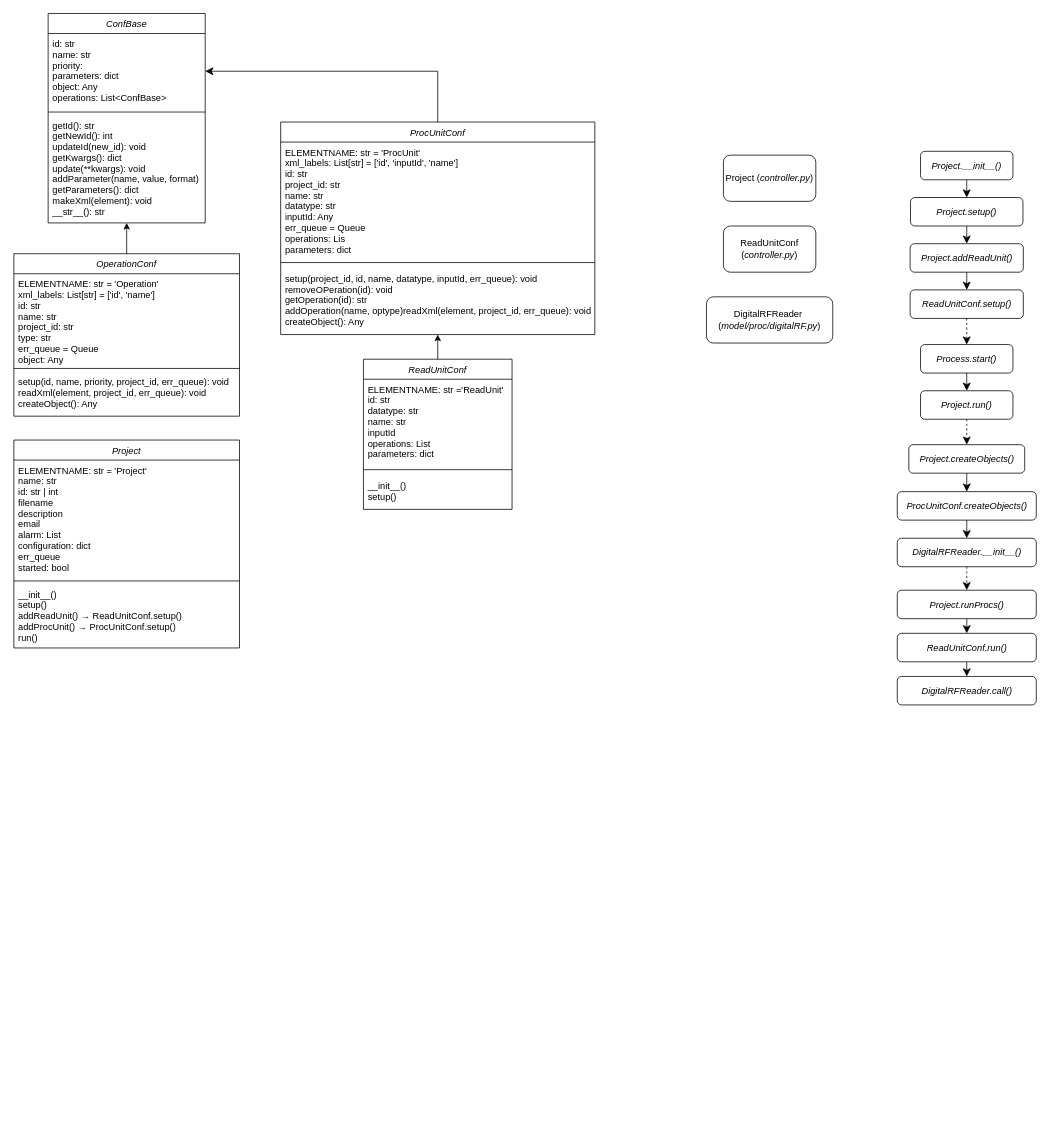
Earlier version of the draw.io diagram controller.drawio (DavidEvangelistaC99/schain-neo). Source tidied: cells renumbered, new cells numbered last; positions are measured from the earlier drawing's top-left corner, leaving out a move shared by most shapes. Both pictures are drawn from the tidied source at 77%, with x=0, y=0 at pixel (13, 13).
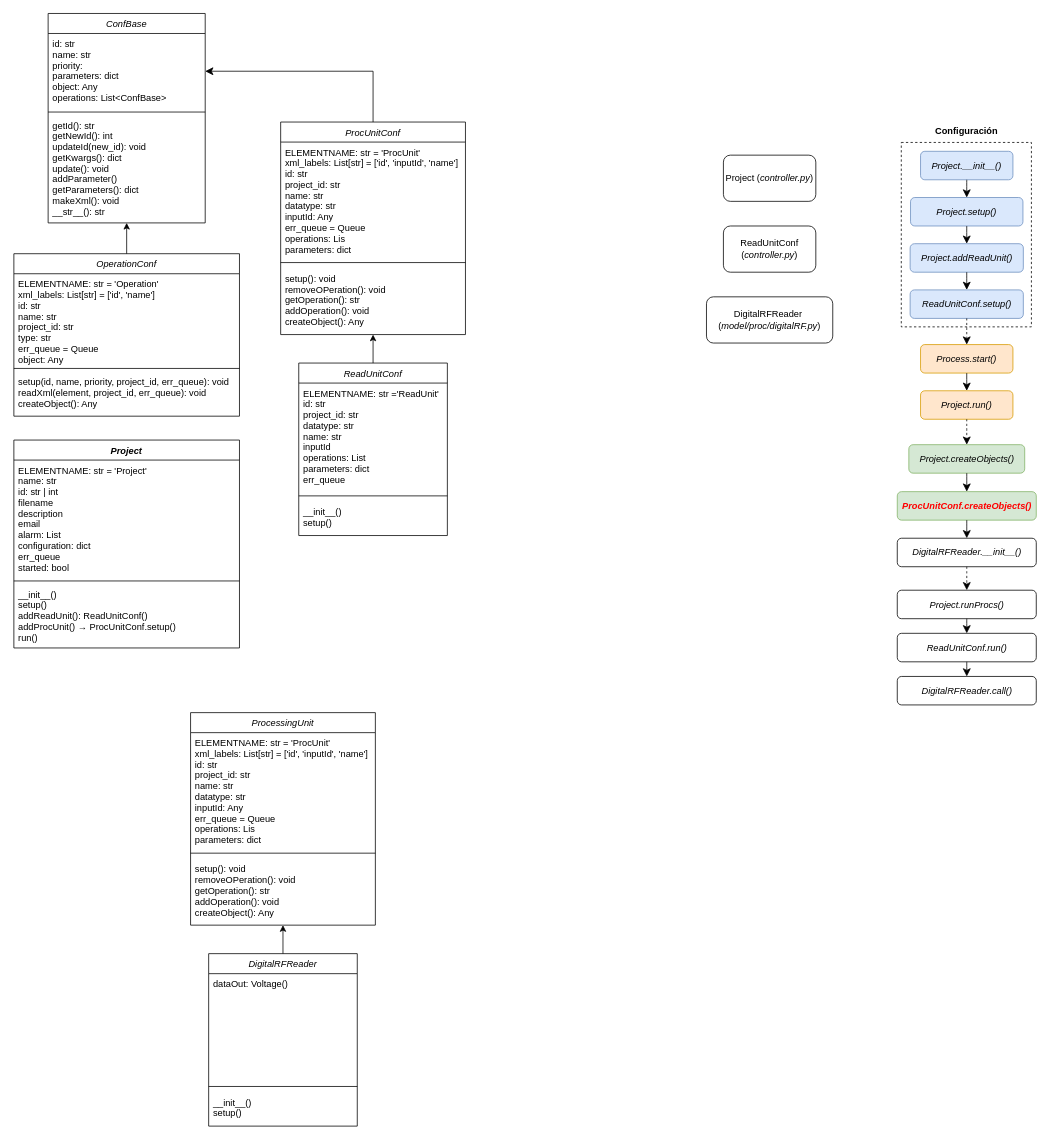
Above is the later version.

The change refers to these unchanged cells:
```xml
<mxCell id="2" value="ConfBase" style="swimlane;fontStyle=2;align=center;verticalAlign=top;horizontal=1;startSize=26;rounded=0;shadow=0;strokeWidth=1;" parent="1" vertex="1">
  <mxGeometry x="45" width="204" height="272" as="geometry" />
</mxCell>
```

What changed in the source:
```diff
@@
-    <mxCell id="5" value="getId(): str&#10;getNewId(): int&#10;updateId(new_id): void&#10;getKwargs(): dict&#10;update(**kwargs): void&#10;addParameter(name, value, format)&#10;getParameters(): dict&#10;makeXml(element): void&#10;__str__(): str" style="text;align=left;verticalAlign=top;spacingLeft=4;spacingRight=4;overflow=hidden;" parent="2" vertex="1">
+    <mxCell id="5" value="getId(): str&#10;getNewId(): int&#10;updateId(new_id): void&#10;getKwargs(): dict&#10;update(): void&#10;addParameter()&#10;getParameters(): dict&#10;makeXml(): void&#10;__str__(): str" style="text;align=left;verticalAlign=top;spacingLeft=4;spacingRight=4;overflow=hidden;" parent="2" vertex="1">
       <mxGeometry y="132" width="204" height="140" as="geometry" />
     </mxCell>
@@
     <mxCell id="11" value="ProcUnitConf" style="swimlane;fontStyle=2;align=center;verticalAlign=top;horizontal=1;startSize=26;rounded=0;shadow=0;strokeWidth=1;" parent="1" vertex="1">
-      <mxGeometry x="347" y="141" width="408" height="276" as="geometry" />
+      <mxGeometry x="347" y="141" width="240" height="276" as="geometry" />
     </mxCell>
-    <mxCell id="12" value="ELEMENTNAME: str = 'ProcUnit'&#10;xml_labels: List[str] = ['id', 'inputId', 'name']&#10;id: str&#10;project_id: str&#10;name: str&#10;datatype: str&#10;inputId: Any&#10;err_queue = Queue&#10;operations: Lis&#10;parameters: dict" style="text;align=left;verticalAlign=top;spacingLeft=4;spacingRight=4;overflow=hidden;rounded=0;shadow=0;html=0;" parent="11" vertex="1">
-      <mxGeometry y="26" width="408" height="149" as="geometry" />
+    <mxCell id="12" value="ELEMENTNAME: str = 'ProcUnit' &#10;xml_labels: List[str] = ['id', 'inputId', 'name']&#10;id: str&#10;project_id: str&#10;name: str&#10;datatype: str&#10;inputId: Any&#10;err_queue = Queue&#10;operations: Lis&#10;parameters: dict" style="text;align=left;verticalAlign=top;spacingLeft=4;spacingRight=4;overflow=hidden;rounded=0;shadow=0;html=0;" parent="11" vertex="1">
+      <mxGeometry y="26" width="240" height="149" as="geometry" />
     </mxCell>
     <mxCell id="13" style="line;html=1;strokeWidth=1;align=left;verticalAlign=middle;spacingTop=-1;spacingLeft=3;spacingRight=3;labelPosition=right;" parent="11" vertex="1">
-      <mxGeometry y="175" width="408" height="15" as="geometry" />
+      <mxGeometry y="175" width="240" height="15" as="geometry" />
     </mxCell>
-    <mxCell id="14" value="setup(project_id, id, name, datatype, inputId, err_queue): void&#10;removeOPeration(id): void&#10;getOperation(id): str&#10;addOperation(name, optype)readXml(element, project_id, err_queue): void&#10;createObject(): Any" style="text;align=left;verticalAlign=top;spacingLeft=4;spacingRight=4;overflow=hidden;" parent="11" vertex="1">
-      <mxGeometry y="190" width="408" height="84" as="geometry" />
+    <mxCell id="14" value="setup(): void&#10;removeOPeration(): void&#10;getOperation(): str&#10;addOperation(): void&#10;createObject(): Any" style="text;align=left;verticalAlign=top;spacingLeft=4;spacingRight=4;overflow=hidden;" parent="11" vertex="1">
+      <mxGeometry y="190" width="240" height="84" as="geometry" />
     </mxCell>
-    <mxCell id="15" value="Project" style="swimlane;fontStyle=2;align=center;verticalAlign=top;horizontal=1;startSize=26;rounded=0;shadow=0;strokeWidth=1;" parent="1" vertex="1">
+    <mxCell id="15" value="Project" style="swimlane;fontStyle=3;align=center;verticalAlign=top;horizontal=1;startSize=26;rounded=0;shadow=0;strokeWidth=1;" parent="1" vertex="1">
       <mxGeometry x="0.5" y="554" width="293" height="270" as="geometry" />
     </mxCell>
@@
-    <mxCell id="18" value="__init__()&#10;setup()&#10;addReadUnit() → ReadUnitConf.setup()&#10;addProcUnit() → ProcUnitConf.setup()&#10;run()&#10;" style="text;align=left;verticalAlign=top;spacingLeft=4;spacingRight=4;overflow=hidden;" parent="15" vertex="1">
+    <mxCell id="18" value="__init__()&#10;setup()&#10;addReadUnit(): ReadUnitConf()&#10;addProcUnit() → ProcUnitConf.setup()&#10;run()&#10;" style="text;align=left;verticalAlign=top;spacingLeft=4;spacingRight=4;overflow=hidden;fontStyle=0;" parent="15" vertex="1">
       <mxGeometry y="187" width="293" height="83" as="geometry" />
     </mxCell>
     <mxCell id="19" value="ReadUnitConf" style="swimlane;fontStyle=2;align=center;verticalAlign=top;horizontal=1;startSize=26;rounded=0;shadow=0;strokeWidth=1;" parent="1" vertex="1">
-      <mxGeometry x="454.5" y="449" width="193" height="195" as="geometry" />
+      <mxGeometry x="370.5" y="454" width="193" height="224" as="geometry" />
     </mxCell>
-    <mxCell id="20" value="ELEMENTNAME: str ='ReadUnit'&#10;id: str&#10;datatype: str&#10;name: str&#10;inputId&#10;operations: List&#10;parameters: dict" style="text;align=left;verticalAlign=top;spacingLeft=4;spacingRight=4;overflow=hidden;rounded=0;shadow=0;html=0;" parent="19" vertex="1">
-      <mxGeometry y="26" width="193" height="110" as="geometry" />
+    <mxCell id="20" value="ELEMENTNAME: str ='ReadUnit'&#10;id: str&#10;project_id: str&#10;datatype: str&#10;name: str&#10;inputId&#10;operations: List&#10;parameters: dict&#10;err_queue" style="text;align=left;verticalAlign=top;spacingLeft=4;spacingRight=4;overflow=hidden;rounded=0;shadow=0;html=0;" parent="19" vertex="1">
+      <mxGeometry y="26" width="193" height="139" as="geometry" />
     </mxCell>
     <mxCell id="21" style="line;html=1;strokeWidth=1;align=left;verticalAlign=middle;spacingTop=-1;spacingLeft=3;spacingRight=3;labelPosition=right;" parent="19" vertex="1">
-      <mxGeometry y="136" width="193" height="15" as="geometry" />
+      <mxGeometry y="165" width="193" height="15" as="geometry" />
     </mxCell>
     <mxCell id="22" value="__init__()&#10;setup()" style="text;align=left;verticalAlign=top;spacingLeft=4;spacingRight=4;overflow=hidden;" parent="19" vertex="1">
-      <mxGeometry y="151" width="193" height="44" as="geometry" />
+      <mxGeometry y="180" width="193" height="44" as="geometry" />
     </mxCell>
@@
-    <mxCell id="28" value="&lt;i&gt;Project.__init__()&lt;/i&gt;" style="rounded=1;whiteSpace=wrap;html=1;" parent="1" vertex="1">
+    <mxCell id="28" value="&lt;i&gt;Project.__init__()&lt;/i&gt;" style="rounded=1;whiteSpace=wrap;html=1;fillColor=#dae8fc;strokeColor=#6c8ebf;" parent="1" vertex="1">
       <mxGeometry x="1178" y="179" width="120" height="37" as="geometry" />
     </mxCell>
-    <mxCell id="29" value="&lt;i&gt;Project.setup()&lt;/i&gt;" style="rounded=1;whiteSpace=wrap;html=1;" parent="1" vertex="1">
+    <mxCell id="29" value="&lt;i&gt;Project.setup()&lt;/i&gt;" style="rounded=1;whiteSpace=wrap;html=1;fillColor=#dae8fc;strokeColor=#6c8ebf;" parent="1" vertex="1">
       <mxGeometry x="1165" y="239" width="146" height="37" as="geometry" />
     </mxCell>
-    <mxCell id="30" value="&lt;i&gt;Project.addReadUnit()&lt;/i&gt;" style="rounded=1;whiteSpace=wrap;html=1;" parent="1" vertex="1">
+    <mxCell id="30" value="&lt;i&gt;Project.addReadUnit()&lt;/i&gt;" style="rounded=1;whiteSpace=wrap;html=1;fillColor=#dae8fc;strokeColor=#6c8ebf;" parent="1" vertex="1">
       <mxGeometry x="1164.5" y="299" width="147" height="37" as="geometry" />
     </mxCell>
-    <mxCell id="31" value="&lt;i&gt;ReadUnitConf.setup()&lt;/i&gt;" style="rounded=1;whiteSpace=wrap;html=1;" parent="1" vertex="1">
+    <mxCell id="31" value="&lt;i&gt;ReadUnitConf.setup()&lt;/i&gt;" style="rounded=1;whiteSpace=wrap;html=1;fillColor=#dae8fc;strokeColor=#6c8ebf;" parent="1" vertex="1">
       <mxGeometry x="1164.5" y="359" width="147" height="37" as="geometry" />
     </mxCell>
-    <mxCell id="32" value="&lt;i&gt;Process.start()&lt;/i&gt;" style="rounded=1;whiteSpace=wrap;html=1;" parent="1" vertex="1">
+    <mxCell id="32" value="&lt;i&gt;Process.start()&lt;/i&gt;" style="rounded=1;whiteSpace=wrap;html=1;fillColor=#ffe6cc;strokeColor=#d79b00;" parent="1" vertex="1">
       <mxGeometry x="1178" y="430" width="120" height="37" as="geometry" />
     </mxCell>
-    <mxCell id="33" value="&lt;i&gt;Project.run()&lt;/i&gt;" style="rounded=1;whiteSpace=wrap;html=1;" parent="1" vertex="1">
+    <mxCell id="33" value="&lt;i&gt;Project.run()&lt;/i&gt;" style="rounded=1;whiteSpace=wrap;html=1;fillColor=#ffe6cc;strokeColor=#d79b00;" parent="1" vertex="1">
       <mxGeometry x="1178" y="490" width="120" height="37" as="geometry" />
     </mxCell>
-    <mxCell id="34" value="&lt;i&gt;Project.createObjects()&lt;/i&gt;" style="rounded=1;whiteSpace=wrap;html=1;" parent="1" vertex="1">
+    <mxCell id="34" value="&lt;i&gt;Project.createObjects()&lt;/i&gt;" style="rounded=1;whiteSpace=wrap;html=1;fillColor=#d5e8d4;strokeColor=#82b366;" parent="1" vertex="1">
       <mxGeometry x="1162.8" y="560" width="150.5" height="37" as="geometry" />
     </mxCell>
-    <mxCell id="35" value="&lt;i&gt;ProcUnitConf.createObjects()&lt;/i&gt;" style="rounded=1;whiteSpace=wrap;html=1;" parent="1" vertex="1">
+    <mxCell id="35" value="&lt;b style=&quot;color: rgb(255, 0, 0);&quot;&gt;&lt;i&gt;ProcUnitConf.createObjects()&lt;/i&gt;&lt;/b&gt;" style="rounded=1;whiteSpace=wrap;html=1;fillColor=#d5e8d4;strokeColor=#82b366;" parent="1" vertex="1">
       <mxGeometry x="1147.8" y="621" width="180.5" height="37" as="geometry" />
     </mxCell>
@@
+    <mxCell id="51" style="rounded=0;whiteSpace=wrap;html=1;fillColor=none;dashed=1;" parent="1" vertex="1">
+      <mxGeometry x="1153" y="167.5" width="169" height="239.5" as="geometry" />
+    </mxCell>
+    <mxCell id="52" value="&lt;b&gt;Configuración&lt;/b&gt;" style="text;html=1;whiteSpace=wrap;strokeColor=none;fillColor=none;align=center;verticalAlign=middle;rounded=0;" parent="1" vertex="1">
+      <mxGeometry x="1185" y="137.5" width="106" height="30" as="geometry" />
+    </mxCell>
+    <mxCell id="53" value="ProcessingUnit" style="swimlane;fontStyle=2;align=center;verticalAlign=top;horizontal=1;startSize=26;rounded=0;shadow=0;strokeWidth=1;" parent="1" vertex="1">
+      <mxGeometry x="230" y="908" width="240" height="276" as="geometry" />
+    </mxCell>
+    <mxCell id="54" value="ELEMENTNAME: str = 'ProcUnit'&#10;xml_labels: List[str] = ['id', 'inputId', 'name']&#10;id: str&#10;project_id: str&#10;name: str&#10;datatype: str&#10;inputId: Any&#10;err_queue = Queue&#10;operations: Lis&#10;parameters: dict" style="text;align=left;verticalAlign=top;spacingLeft=4;spacingRight=4;overflow=hidden;rounded=0;shadow=0;html=0;" parent="53" vertex="1">
+      <mxGeometry y="26" width="240" height="149" as="geometry" />
+    </mxCell>
+    <mxCell id="55" style="line;html=1;strokeWidth=1;align=left;verticalAlign=middle;spacingTop=-1;spacingLeft=3;spacingRight=3;labelPosition=right;" parent="53" vertex="1">
+      <mxGeometry y="175" width="240" height="15" as="geometry" />
+    </mxCell>
+    <mxCell id="56" value="setup(): void&#10;removeOPeration(): void&#10;getOperation(): str&#10;addOperation(): void&#10;createObject(): Any" style="text;align=left;verticalAlign=top;spacingLeft=4;spacingRight=4;overflow=hidden;" parent="53" vertex="1">
+      <mxGeometry y="190" width="240" height="84" as="geometry" />
+    </mxCell>
+    <mxCell id="57" value="DigitalRFReader" style="swimlane;fontStyle=2;align=center;verticalAlign=top;horizontal=1;startSize=26;rounded=0;shadow=0;strokeWidth=1;" parent="1" vertex="1">
+      <mxGeometry x="253.5" y="1221" width="193" height="224" as="geometry" />
+    </mxCell>
+    <mxCell id="58" value="dataOut: Voltage()" style="text;align=left;verticalAlign=top;spacingLeft=4;spacingRight=4;overflow=hidden;rounded=0;shadow=0;html=0;" parent="57" vertex="1">
+      <mxGeometry y="26" width="193" height="139" as="geometry" />
+    </mxCell>
+    <mxCell id="59" style="line;html=1;strokeWidth=1;align=left;verticalAlign=middle;spacingTop=-1;spacingLeft=3;spacingRight=3;labelPosition=right;" parent="57" vertex="1">
+      <mxGeometry y="165" width="193" height="15" as="geometry" />
+    </mxCell>
+    <mxCell id="60" value="__init__()&#10;setup()" style="text;align=left;verticalAlign=top;spacingLeft=4;spacingRight=4;overflow=hidden;" parent="57" vertex="1">
+      <mxGeometry y="180" width="193" height="44" as="geometry" />
+    </mxCell>
+    <mxCell id="61" style="endArrow=classic;html=1;rounded=0;exitX=0.5;exitY=0;exitDx=0;exitDy=0;entryX=0.5;entryY=1;entryDx=0;entryDy=0;" parent="1" edge="1" source="57" target="53">
+      <mxGeometry relative="1" as="geometry" />
+    </mxCell>
```
